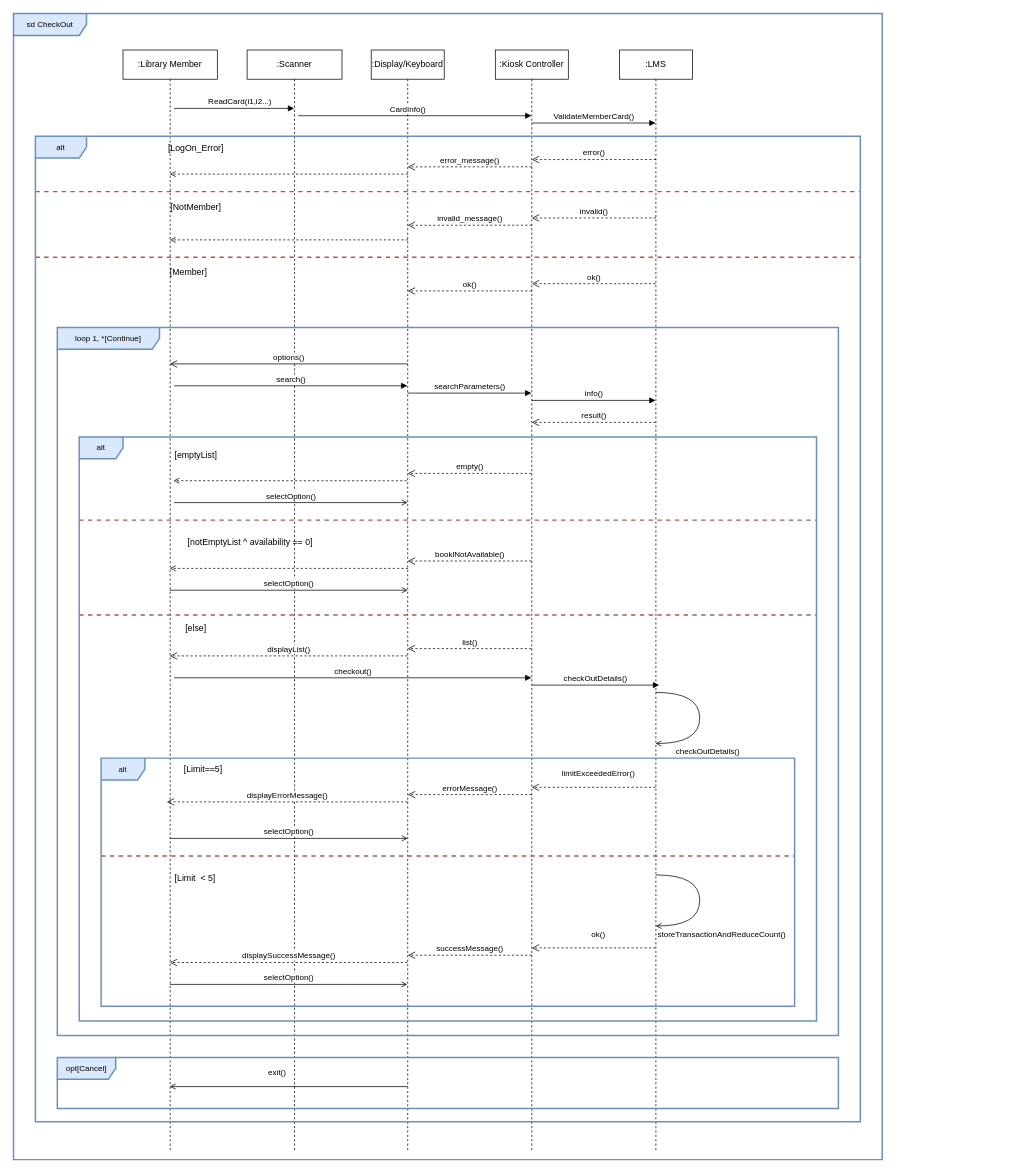
CS6359-OOAD/Assignments keeps this draw.io diagram as Sequence.drawio. Above is the earlier version. Source tidied: cells renumbered, new cells numbered last; positions are measured from the earlier drawing's top-left corner, leaving out a move shared by most shapes. Both pictures are drawn from the tidied source at 73%, with x=0, y=0 at pixel (13, 13).
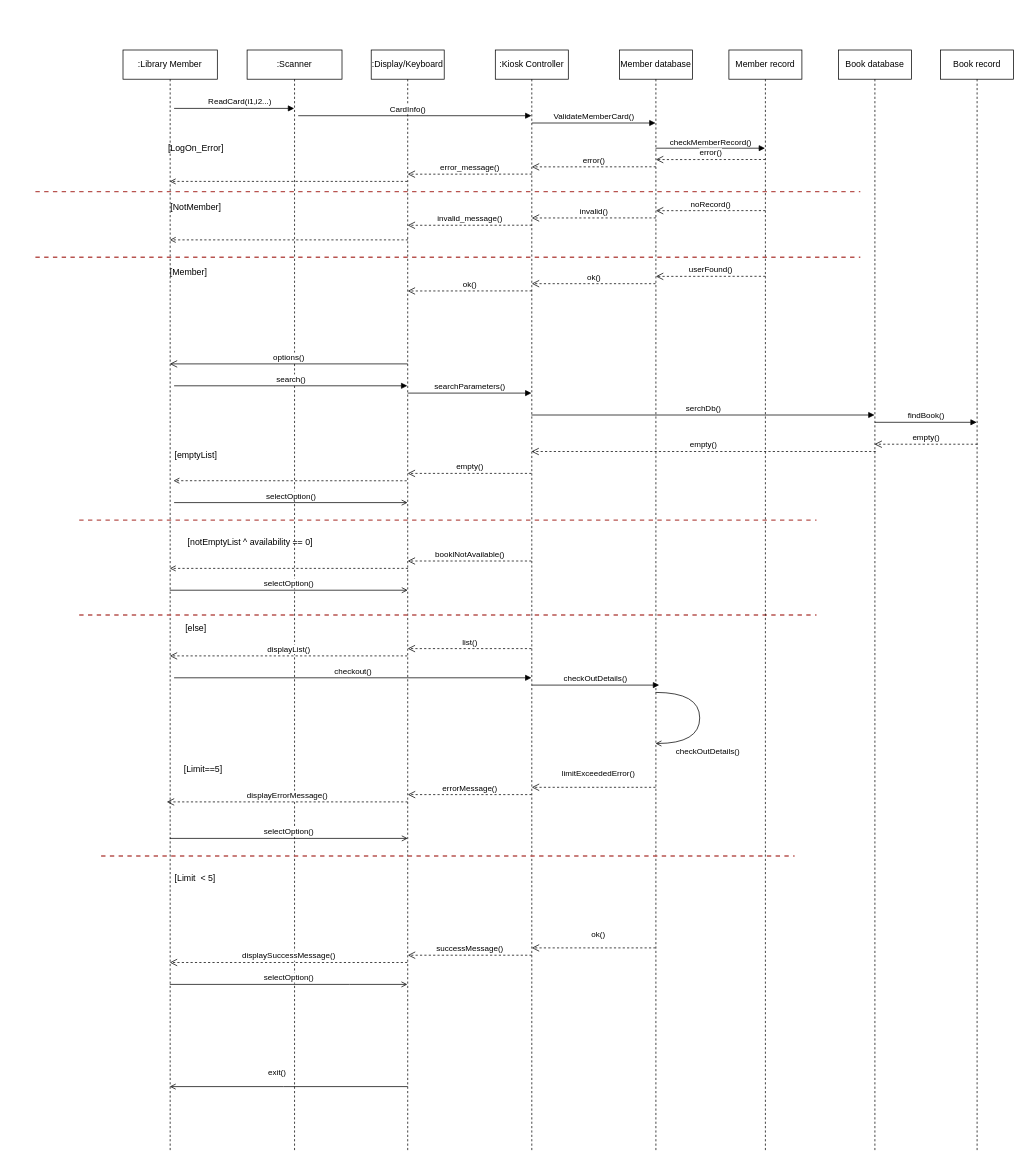
The same page after the edit.

The change refers to these unchanged cells:
```xml
<mxCell id="2" value=":Library Member" style="shape=umlLifeline;perimeter=lifelinePerimeter;whiteSpace=wrap;html=1;outlineConnect=0;" parent="1" vertex="1">
  <mxGeometry x="150" y="50" width="129.2" height="1510" as="geometry" />
</mxCell>
<mxCell id="8" value=":Display/Keyboard" style="shape=umlLifeline;perimeter=lifelinePerimeter;whiteSpace=wrap;html=1;outlineConnect=0;" parent="1" vertex="1">
  <mxGeometry x="490" y="50" width="100" height="1510" as="geometry" />
</mxCell>
<mxCell id="14" value=":Kiosk Controller" style="shape=umlLifeline;perimeter=lifelinePerimeter;whiteSpace=wrap;html=1;outlineConnect=0;" parent="1" vertex="1">
  <mxGeometry x="660" y="50" width="100" height="1510" as="geometry" />
</mxCell>
```

The edit, as a diff of the source:
```diff
@@
+    <mxCell id="34" value="error_message()" style="html=1;verticalAlign=bottom;endArrow=open;dashed=1;endSize=8;rounded=0;entryX=0.716;entryY=0.035;entryDx=0;entryDy=0;entryPerimeter=0;endFill=0;" parent="8" edge="1">
+      <mxGeometry relative="1" as="geometry">
+        <mxPoint x="220" y="170" as="sourcePoint" />
+        <mxPoint x="50" y="170.1" as="targetPoint" />
+      </mxGeometry>
+    </mxCell>
@@
-    <mxCell id="16" value="info()" style="html=1;verticalAlign=bottom;endArrow=block;rounded=0;" parent="14" edge="1" target="19">
-      <mxGeometry relative="1" as="geometry">
-        <mxPoint x="50" y="480" as="sourcePoint" />
-      </mxGeometry>
-    </mxCell>
-    <mxCell id="17" value="result()" style="html=1;verticalAlign=bottom;endArrow=open;dashed=1;endSize=8;rounded=0;entryX=0.716;entryY=0.035;entryDx=0;entryDy=0;entryPerimeter=0;endFill=0;" parent="14" edge="1" source="19">
-      <mxGeometry relative="1" as="geometry">
-        <mxPoint x="50" y="510.1" as="targetPoint" />
-      </mxGeometry>
-    </mxCell>
@@
-    <mxCell id="19" value=":LMS" style="shape=umlLifeline;perimeter=lifelinePerimeter;whiteSpace=wrap;html=1;outlineConnect=0;" parent="1" vertex="1">
+    <mxCell id="19" value="Member database" style="shape=umlLifeline;perimeter=lifelinePerimeter;whiteSpace=wrap;html=1;outlineConnect=0;" parent="1" vertex="1">
       <mxGeometry x="830" y="50" width="100" height="1510" as="geometry" />
     </mxCell>
-    <mxCell id="20" value="error()" style="html=1;verticalAlign=bottom;endArrow=open;dashed=1;endSize=8;rounded=0;entryX=0.716;entryY=0.035;entryDx=0;entryDy=0;entryPerimeter=0;endFill=0;" parent="19" edge="1">
-      <mxGeometry relative="1" as="geometry">
-        <mxPoint x="50" y="150" as="sourcePoint" />
-        <mxPoint x="-120" y="150.1" as="targetPoint" />
-      </mxGeometry>
-    </mxCell>
-    <mxCell id="21" style="endArrow=open;html=1;rounded=0;exitX=0.716;exitY=0.2;exitDx=0;exitDy=0;exitPerimeter=0;endFill=0;dashed=1;" parent="19" edge="1" target="2">
-      <mxGeometry relative="1" as="geometry">
-        <mxPoint x="-289.9" y="170" as="sourcePoint" />
-      </mxGeometry>
-    </mxCell>
@@
-    <mxCell id="26" value="storeTransactionAndReduceCount()" style="html=1;verticalAlign=bottom;endArrow=open;rounded=0;endFill=0;edgeStyle=orthogonalEdgeStyle;curved=1;" parent="19" edge="1">
-      <mxGeometry x="0.37" y="36" relative="1" as="geometry">
-        <mxPoint x="49.8" y="1130" as="sourcePoint" />
-        <mxPoint x="49.8" y="1200" as="targetPoint" />
-        <Array as="points">
-          <mxPoint x="110" y="1130" />
-          <mxPoint x="110" y="1200" />
-        </Array>
-        <mxPoint x="30" y="-16" as="offset" />
-      </mxGeometry>
-    </mxCell>
@@
-    <mxCell id="34" value="error_message()" style="html=1;verticalAlign=bottom;endArrow=open;dashed=1;endSize=8;rounded=0;entryX=0.716;entryY=0.035;entryDx=0;entryDy=0;entryPerimeter=0;endFill=0;" parent="1" edge="1">
-      <mxGeometry relative="1" as="geometry">
-        <mxPoint x="710" y="210" as="sourcePoint" />
-        <mxPoint x="540" y="210.1" as="targetPoint" />
-      </mxGeometry>
-    </mxCell>
@@
-    <mxCell id="56" value="&lt;font style=&quot;font-size: 11px&quot;&gt;opt[Cancel]&lt;/font&gt;" style="shape=umlFrame;whiteSpace=wrap;html=1;fillColor=#dae8fc;strokeColor=#6c8ebf;strokeWidth=2;width=80;height=30;" parent="1" vertex="1">
-      <mxGeometry x="60" y="1430" width="1070" height="70" as="geometry" />
-    </mxCell>
-    <mxCell id="57" value="alt" style="shape=umlFrame;whiteSpace=wrap;html=1;fontSize=10;strokeWidth=2;fillColor=#dae8fc;strokeColor=#6c8ebf;" parent="1" vertex="1">
-      <mxGeometry x="120" y="1020" width="950" height="340" as="geometry" />
-    </mxCell>
@@
-    <mxCell id="59" value="&lt;font style=&quot;font-size: 11px&quot;&gt;alt&lt;/font&gt;" style="shape=umlFrame;whiteSpace=wrap;html=1;fontSize=10;strokeWidth=2;fillColor=#dae8fc;strokeColor=#6c8ebf;" parent="1" vertex="1">
-      <mxGeometry x="90" y="580" width="1010" height="800" as="geometry" />
-    </mxCell>
-    <mxCell id="60" value="&lt;font style=&quot;font-size: 11px&quot;&gt;loop 1, *[Continue]&lt;/font&gt;" style="shape=umlFrame;whiteSpace=wrap;html=1;fontSize=10;strokeWidth=2;fillColor=#dae8fc;strokeColor=#6c8ebf;width=140;height=30;" parent="1" vertex="1">
-      <mxGeometry x="60" y="430" width="1070" height="970" as="geometry" />
-    </mxCell>
-    <mxCell id="61" value="&lt;font style=&quot;font-size: 11px&quot;&gt;alt&lt;/font&gt;" style="shape=umlFrame;whiteSpace=wrap;html=1;fontSize=10;strokeWidth=2;fillColor=#dae8fc;strokeColor=#6c8ebf;width=70;height=30;" parent="1" vertex="1">
-      <mxGeometry x="30" y="168" width="1130" height="1350" as="geometry" />
-    </mxCell>
-    <mxCell id="62" value="&lt;font style=&quot;font-size: 11px&quot;&gt;sd CheckOut&lt;/font&gt;" style="shape=umlFrame;whiteSpace=wrap;html=1;fontSize=10;strokeWidth=2;fillColor=#dae8fc;strokeColor=#6c8ebf;width=100;height=30;" parent="1" vertex="1">
-      <mxGeometry width="1190" height="1570" as="geometry" />
-    </mxCell>
+    <mxCell id="63" value="Member record" style="shape=umlLifeline;perimeter=lifelinePerimeter;whiteSpace=wrap;html=1;" parent="1" vertex="1">
+      <mxGeometry x="980" y="50" width="100" height="1510" as="geometry" />
+    </mxCell>
+    <mxCell id="64" value="checkMemberRecord()" style="html=1;verticalAlign=bottom;endArrow=block;rounded=0;" parent="63" edge="1" source="19">
+      <mxGeometry relative="1" as="geometry">
+        <mxPoint x="49.5" y="134.5" as="targetPoint" />
+      </mxGeometry>
+    </mxCell>
+    <mxCell id="65" value="error()" style="html=1;verticalAlign=bottom;endArrow=open;dashed=1;endSize=8;rounded=0;entryX=0.716;entryY=0.035;entryDx=0;entryDy=0;entryPerimeter=0;endFill=0;" parent="63" edge="1">
+      <mxGeometry relative="1" as="geometry">
+        <mxPoint x="50" y="150" as="sourcePoint" />
+        <mxPoint x="-100" y="150.1" as="targetPoint" />
+      </mxGeometry>
+    </mxCell>
+    <mxCell id="66" value="noRecord()" style="html=1;verticalAlign=bottom;endArrow=open;dashed=1;endSize=8;rounded=0;entryX=0.716;entryY=0.035;entryDx=0;entryDy=0;entryPerimeter=0;endFill=0;" parent="63" edge="1">
+      <mxGeometry relative="1" as="geometry">
+        <mxPoint x="50" y="220" as="sourcePoint" />
+        <mxPoint x="-100" y="220.1" as="targetPoint" />
+      </mxGeometry>
+    </mxCell>
+    <mxCell id="67" value="empty()" style="html=1;verticalAlign=bottom;endArrow=open;dashed=1;endSize=8;rounded=0;endFill=0;" parent="63" edge="1" target="14">
+      <mxGeometry relative="1" as="geometry">
+        <mxPoint x="201.1" y="550" as="sourcePoint" />
+        <Array as="points">
+          <mxPoint x="71.6" y="550" />
+        </Array>
+      </mxGeometry>
+    </mxCell>
+    <mxCell id="68" value="Book database" style="shape=umlLifeline;perimeter=lifelinePerimeter;whiteSpace=wrap;html=1;outlineConnect=0;" parent="1" vertex="1">
+      <mxGeometry x="1130" y="50" width="100" height="1510" as="geometry" />
+    </mxCell>
+    <mxCell id="69" value="empty()" style="html=1;verticalAlign=bottom;endArrow=open;dashed=1;endSize=8;rounded=0;endFill=0;" parent="68" edge="1" target="68">
+      <mxGeometry relative="1" as="geometry">
+        <mxPoint x="190.4" y="540" as="sourcePoint" />
+        <Array as="points">
+          <mxPoint x="60.9" y="540" />
+        </Array>
+      </mxGeometry>
+    </mxCell>
+    <mxCell id="70" value="Book record" style="shape=umlLifeline;perimeter=lifelinePerimeter;whiteSpace=wrap;html=1;outlineConnect=0;" parent="1" vertex="1">
+      <mxGeometry x="1270" y="50" width="100" height="1510" as="geometry" />
+    </mxCell>
+    <mxCell id="20" value="error()" style="html=1;verticalAlign=bottom;endArrow=open;dashed=1;endSize=8;rounded=0;entryX=0.716;entryY=0.035;entryDx=0;entryDy=0;entryPerimeter=0;endFill=0;" parent="1" edge="1">
+      <mxGeometry relative="1" as="geometry">
+        <mxPoint x="880" y="210" as="sourcePoint" />
+        <mxPoint x="710" y="210.1" as="targetPoint" />
+      </mxGeometry>
+    </mxCell>
+    <mxCell id="21" style="endArrow=open;html=1;rounded=0;endFill=0;dashed=1;" parent="1" edge="1" source="8" target="2">
+      <mxGeometry relative="1" as="geometry">
+        <Array as="points">
+          <mxPoint x="340" y="230" />
+        </Array>
+      </mxGeometry>
+    </mxCell>
+    <mxCell id="71" value="userFound()" style="html=1;verticalAlign=bottom;endArrow=open;dashed=1;endSize=8;rounded=0;entryX=0.716;entryY=0.035;entryDx=0;entryDy=0;entryPerimeter=0;endFill=0;" parent="1" edge="1">
+      <mxGeometry relative="1" as="geometry">
+        <mxPoint x="1030" y="360" as="sourcePoint" />
+        <mxPoint x="880" y="360.1" as="targetPoint" />
+      </mxGeometry>
+    </mxCell>
+    <mxCell id="72" value="findBook()" style="html=1;verticalAlign=bottom;endArrow=block;rounded=0;" parent="1" edge="1" target="70">
+      <mxGeometry relative="1" as="geometry">
+        <mxPoint x="1180" y="560" as="sourcePoint" />
+      </mxGeometry>
+    </mxCell>
+    <mxCell id="73" value="serchDb()" style="html=1;verticalAlign=bottom;endArrow=block;rounded=0;" parent="1" edge="1" source="14" target="68">
+      <mxGeometry relative="1" as="geometry">
+        <Array as="points">
+          <mxPoint x="950" y="550" />
+        </Array>
+      </mxGeometry>
+    </mxCell>
```
